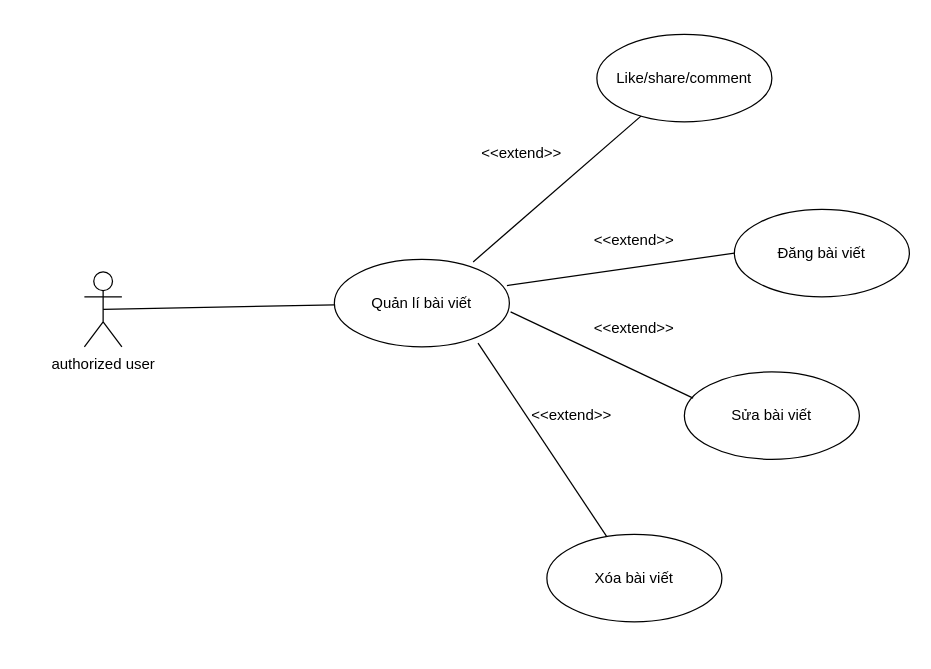
The draw.io diagram page "uc-quản lí bài viết" (2 of 6) of Untitled Diagram.drawio in lethanhdathust/chat_app, before the edit. Source tidied: cells renumbered, new cells numbered last; positions are measured from the earlier drawing's top-left corner, leaving out a move shared by most shapes. Both pictures are drawn from the tidied source at 125%, with x=0, y=0 at pixel (84, 34).
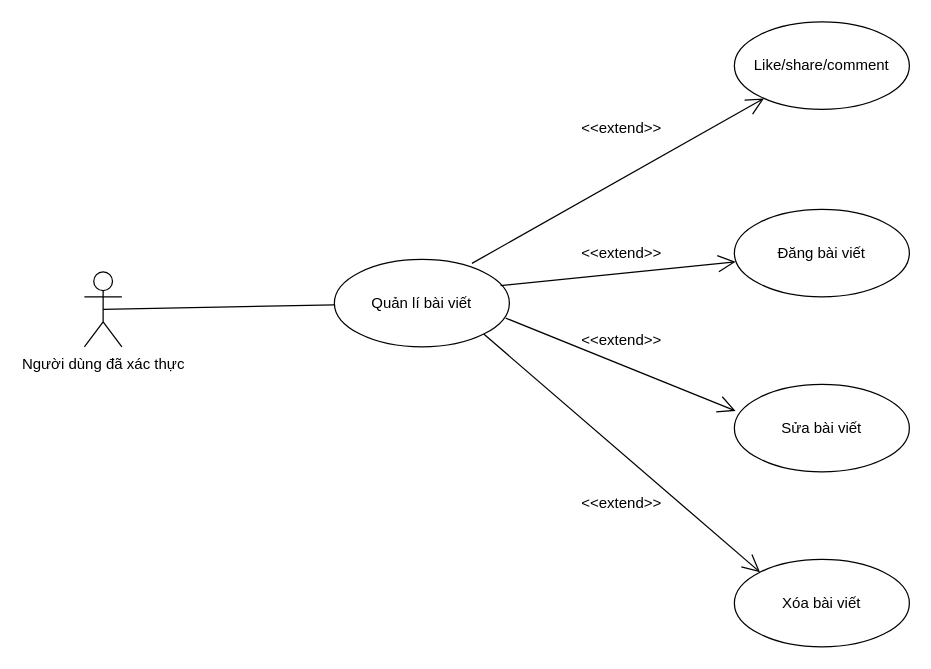
The same diagram, later.

What changed in the source:
```diff
@@
 <mxGraphModel>
   <root>
     <mxCell id="0" />
     <mxCell id="1" parent="0" />
-    <mxCell id="2" value="authorized user" style="shape=umlActor;verticalLabelPosition=bottom;verticalAlign=top;html=1;" parent="1" vertex="1">
+    <mxCell id="2" value="Người dùng đã xác thực" style="shape=umlActor;verticalLabelPosition=bottom;verticalAlign=top;html=1;" parent="1" vertex="1">
       <mxGeometry y="190" width="30" height="60" as="geometry" />
     </mxCell>
     <mxCell id="3" value="Quản lí bài viết" style="ellipse;whiteSpace=wrap;html=1;" parent="1" vertex="1">
       <mxGeometry x="200" y="180" width="140" height="70" as="geometry" />
     </mxCell>
     <mxCell id="4" value="Đăng bài viết" style="ellipse;whiteSpace=wrap;html=1;" parent="1" vertex="1">
       <mxGeometry x="520" y="140" width="140" height="70" as="geometry" />
     </mxCell>
     <mxCell id="5" value="Sửa bài viết" style="ellipse;whiteSpace=wrap;html=1;" parent="1" vertex="1">
-      <mxGeometry x="480" y="270" width="140" height="70" as="geometry" />
+      <mxGeometry x="520" y="280" width="140" height="70" as="geometry" />
     </mxCell>
     <mxCell id="6" value="Xóa bài viết" style="ellipse;whiteSpace=wrap;html=1;" parent="1" vertex="1">
-      <mxGeometry x="370" y="400" width="140" height="70" as="geometry" />
+      <mxGeometry x="520" y="420" width="140" height="70" as="geometry" />
     </mxCell>
     <mxCell id="7" value="Like/share/comment" style="ellipse;whiteSpace=wrap;html=1;" parent="1" vertex="1">
-      <mxGeometry x="410" width="140" height="70" as="geometry" />
+      <mxGeometry x="520" y="-10" width="140" height="70" as="geometry" />
     </mxCell>
     <mxCell id="8" style="endArrow=none;html=1;rounded=0;exitX=0.5;exitY=0.5;exitDx=0;exitDy=0;exitPerimeter=0;" parent="1" edge="1" source="2" target="3">
       <mxGeometry relative="1" as="geometry" />
     </mxCell>
+    <mxCell id="13" value="&amp;lt;&amp;lt;extend&amp;gt;&amp;gt;" style="text;html=1;strokeColor=none;fillColor=none;align=center;verticalAlign=middle;whiteSpace=wrap;rounded=0;" parent="1" vertex="1">
+      <mxGeometry x="400" y="60" width="60" height="30" as="geometry" />
+    </mxCell>
+    <mxCell id="14" value="&amp;lt;&amp;lt;extend&amp;gt;&amp;gt;" style="text;html=1;strokeColor=none;fillColor=none;align=center;verticalAlign=middle;whiteSpace=wrap;rounded=0;" parent="1" vertex="1">
+      <mxGeometry x="400" y="160" width="60" height="30" as="geometry" />
+    </mxCell>
+    <mxCell id="15" value="&amp;lt;&amp;lt;extend&amp;gt;&amp;gt;" style="text;html=1;strokeColor=none;fillColor=none;align=center;verticalAlign=middle;whiteSpace=wrap;rounded=0;" parent="1" vertex="1">
+      <mxGeometry x="400" y="230" width="60" height="30" as="geometry" />
+    </mxCell>
+    <mxCell id="16" value="&amp;lt;&amp;lt;extend&amp;gt;&amp;gt;" style="text;html=1;strokeColor=none;fillColor=none;align=center;verticalAlign=middle;whiteSpace=wrap;rounded=0;" parent="1" vertex="1">
+      <mxGeometry x="400" y="360" width="60" height="30" as="geometry" />
+    </mxCell>
-    <mxCell id="9" style="endArrow=none;html=1;rounded=0;exitX=0.793;exitY=0.029;exitDx=0;exitDy=0;exitPerimeter=0;" parent="1" edge="1" source="3" target="7">
+    <mxCell id="9" style="endArrow=open;endFill=1;endSize=12;html=1;rounded=0;exitX=0.786;exitY=0.046;exitDx=0;exitDy=0;exitPerimeter=0;" parent="1" edge="1" source="3" target="7">
       <mxGeometry relative="1" as="geometry" />
     </mxCell>
-    <mxCell id="10" style="endArrow=none;html=1;rounded=0;exitX=0.986;exitY=0.3;exitDx=0;exitDy=0;exitPerimeter=0;entryX=0;entryY=0.5;entryDx=0;entryDy=0;" parent="1" edge="1" source="3" target="4">
+    <mxCell id="10" style="endArrow=open;endFill=1;endSize=12;html=1;rounded=0;exitX=0.95;exitY=0.3;exitDx=0;exitDy=0;exitPerimeter=0;entryX=0.007;entryY=0.6;entryDx=0;entryDy=0;entryPerimeter=0;" parent="1" edge="1" source="3" target="4">
       <mxGeometry relative="1" as="geometry" />
     </mxCell>
-    <mxCell id="11" style="endArrow=none;html=1;rounded=0;exitX=1.007;exitY=0.6;exitDx=0;exitDy=0;exitPerimeter=0;entryX=0.05;entryY=0.3;entryDx=0;entryDy=0;entryPerimeter=0;" parent="1" edge="1" source="3" target="5">
+    <mxCell id="11" style="endArrow=open;endFill=1;endSize=12;html=1;rounded=0;exitX=0.979;exitY=0.671;exitDx=0;exitDy=0;entryX=0.007;entryY=0.303;entryDx=0;entryDy=0;entryPerimeter=0;exitPerimeter=0;" parent="1" edge="1" source="3" target="5">
       <mxGeometry relative="1" as="geometry" />
     </mxCell>
-    <mxCell id="12" style="endArrow=none;html=1;rounded=0;exitX=0.821;exitY=0.957;exitDx=0;exitDy=0;exitPerimeter=0;" parent="1" edge="1" source="3" target="6">
+    <mxCell id="12" style="endArrow=open;endFill=1;endSize=12;html=1;rounded=0;exitX=1;exitY=1;exitDx=0;exitDy=0;entryX=0;entryY=0;entryDx=0;entryDy=0;" parent="1" edge="1" source="3" target="6">
       <mxGeometry relative="1" as="geometry" />
     </mxCell>
-    <mxCell id="13" value="&amp;lt;&amp;lt;extend&amp;gt;&amp;gt;" style="text;html=1;strokeColor=none;fillColor=none;align=center;verticalAlign=middle;whiteSpace=wrap;rounded=0;" parent="1" vertex="1">
-      <mxGeometry x="320" y="80" width="60" height="30" as="geometry" />
-    </mxCell>
-    <mxCell id="14" value="&amp;lt;&amp;lt;extend&amp;gt;&amp;gt;" style="text;html=1;strokeColor=none;fillColor=none;align=center;verticalAlign=middle;whiteSpace=wrap;rounded=0;" parent="1" vertex="1">
-      <mxGeometry x="410" y="150" width="60" height="30" as="geometry" />
-    </mxCell>
-    <mxCell id="15" value="&amp;lt;&amp;lt;extend&amp;gt;&amp;gt;" style="text;html=1;strokeColor=none;fillColor=none;align=center;verticalAlign=middle;whiteSpace=wrap;rounded=0;" parent="1" vertex="1">
-      <mxGeometry x="410" y="220" width="60" height="30" as="geometry" />
-    </mxCell>
-    <mxCell id="16" value="&amp;lt;&amp;lt;extend&amp;gt;&amp;gt;" style="text;html=1;strokeColor=none;fillColor=none;align=center;verticalAlign=middle;whiteSpace=wrap;rounded=0;" parent="1" vertex="1">
-      <mxGeometry x="360" y="290" width="60" height="30" as="geometry" />
-    </mxCell>
   </root>
 </mxGraphModel>
```
